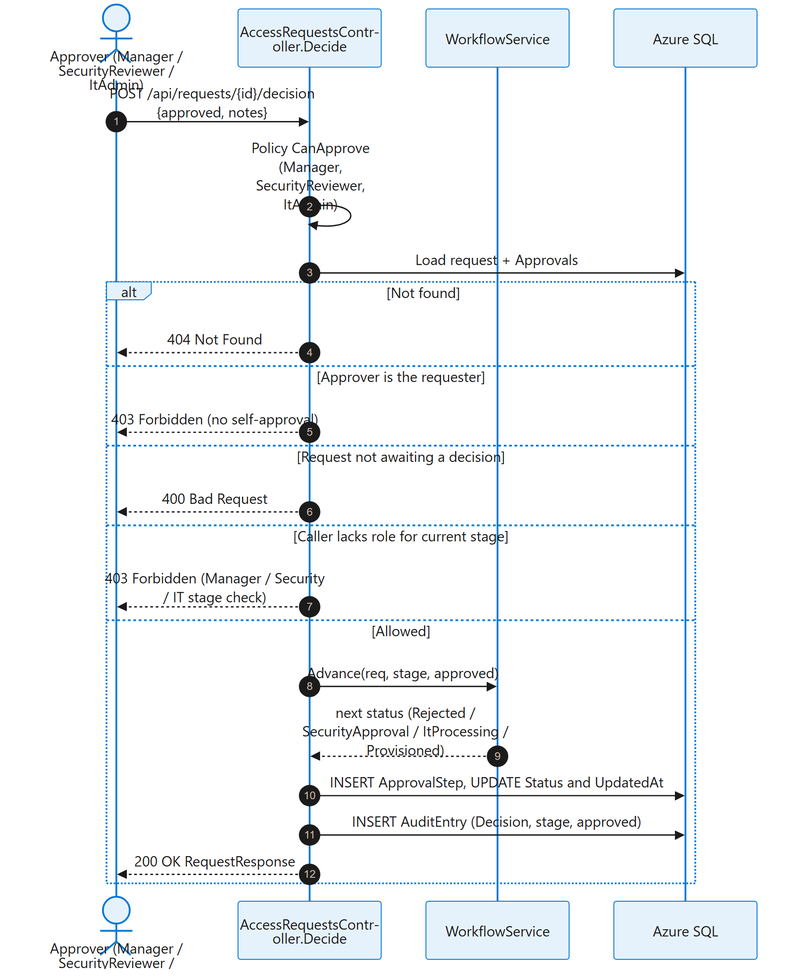
Before: docs/complete-solution-documentation/diagrams/rendered/09-approval-sequence.png, a diagram exported from Mermaid (Deepankar-AICloud/AISDLC-V1). Its source is kept beside it as docs/complete-solution-documentation/diagrams/mermaid/09-approval-sequence.mmd. Its diagram source:
```mermaid
sequenceDiagram
  autonumber
  actor Ap as Approver (Manager / SecurityReviewer / ItAdmin)
  participant API as AccessRequestsController.Decide
  participant WF as WorkflowService
  participant DB as Azure SQL
  Ap->>API: POST /api/requests/{id}/decision {approved, notes}
  API->>API: Policy CanApprove (Manager, SecurityReviewer, ItAdmin)
  API->>DB: Load request + Approvals
  alt Not found
    API-->>Ap: 404 Not Found
  else Approver is the requester
    API-->>Ap: 403 Forbidden (no self-approval)
  else Request not awaiting a decision
    API-->>Ap: 400 Bad Request
  else Caller lacks role for current stage
    API-->>Ap: 403 Forbidden (Manager / Security / IT stage check)
  else Allowed
    API->>WF: Advance(req, stage, approved)
    WF-->>API: next status (Rejected / SecurityApproval / ItProcessing / Provisioned)
    API->>DB: INSERT ApprovalStep, UPDATE Status and UpdatedAt
    API->>DB: INSERT AuditEntry (Decision, stage, approved)
    API-->>Ap: 200 OK RequestResponse
  end
```
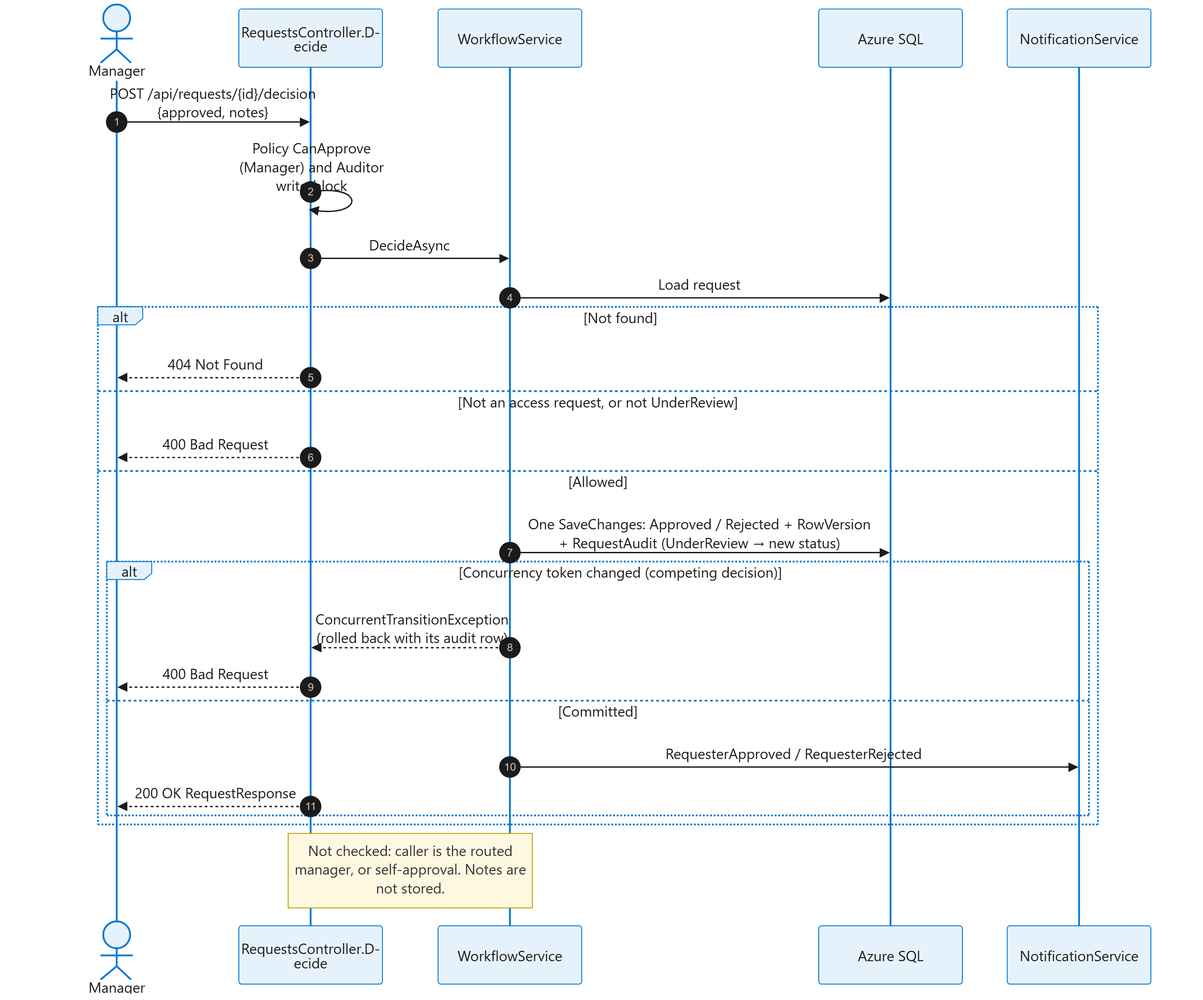
The same diagram one commit later.

The edit, as a diff of the source:
```diff
@@ -1,24 +1,26 @@
 sequenceDiagram
   autonumber
-  actor Ap as Approver (Manager / SecurityReviewer / ItAdmin)
-  participant API as AccessRequestsController.Decide
+  actor Ap as Manager
+  participant API as RequestsController.Decide
   participant WF as WorkflowService
   participant DB as Azure SQL
+  participant NS as NotificationService
   Ap->>API: POST /api/requests/{id}/decision {approved, notes}
-  API->>API: Policy CanApprove (Manager, SecurityReviewer, ItAdmin)
-  API->>DB: Load request + Approvals
+  API->>API: Policy CanApprove (Manager) and Auditor write-block
+  API->>WF: DecideAsync
+  WF->>DB: Load request
   alt Not found
     API-->>Ap: 404 Not Found
-  else Approver is the requester
-    API-->>Ap: 403 Forbidden (no self-approval)
-  else Request not awaiting a decision
+  else Not an access request, or not UnderReview
     API-->>Ap: 400 Bad Request
-  else Caller lacks role for current stage
-    API-->>Ap: 403 Forbidden (Manager / Security / IT stage check)
   else Allowed
-    API->>WF: Advance(req, stage, approved)
-    WF-->>API: next status (Rejected / SecurityApproval / ItProcessing / Provisioned)
-    API->>DB: INSERT ApprovalStep, UPDATE Status and UpdatedAt
-    API->>DB: INSERT AuditEntry (Decision, stage, approved)
-    API-->>Ap: 200 OK RequestResponse
+    WF->>DB: One SaveChanges: Approved / Rejected + RowVersion<br/>+ RequestAudit (UnderReview → new status)
+    alt Concurrency token changed (competing decision)
+      WF-->>API: ConcurrentTransitionException (rolled back with its audit row)
+      API-->>Ap: 400 Bad Request
+    else Committed
+      WF->>NS: RequesterApproved / RequesterRejected
+      API-->>Ap: 200 OK RequestResponse
+    end
   end
+  Note over API,WF: Not checked: caller is the routed manager, or self-approval. Notes are not stored.
```
